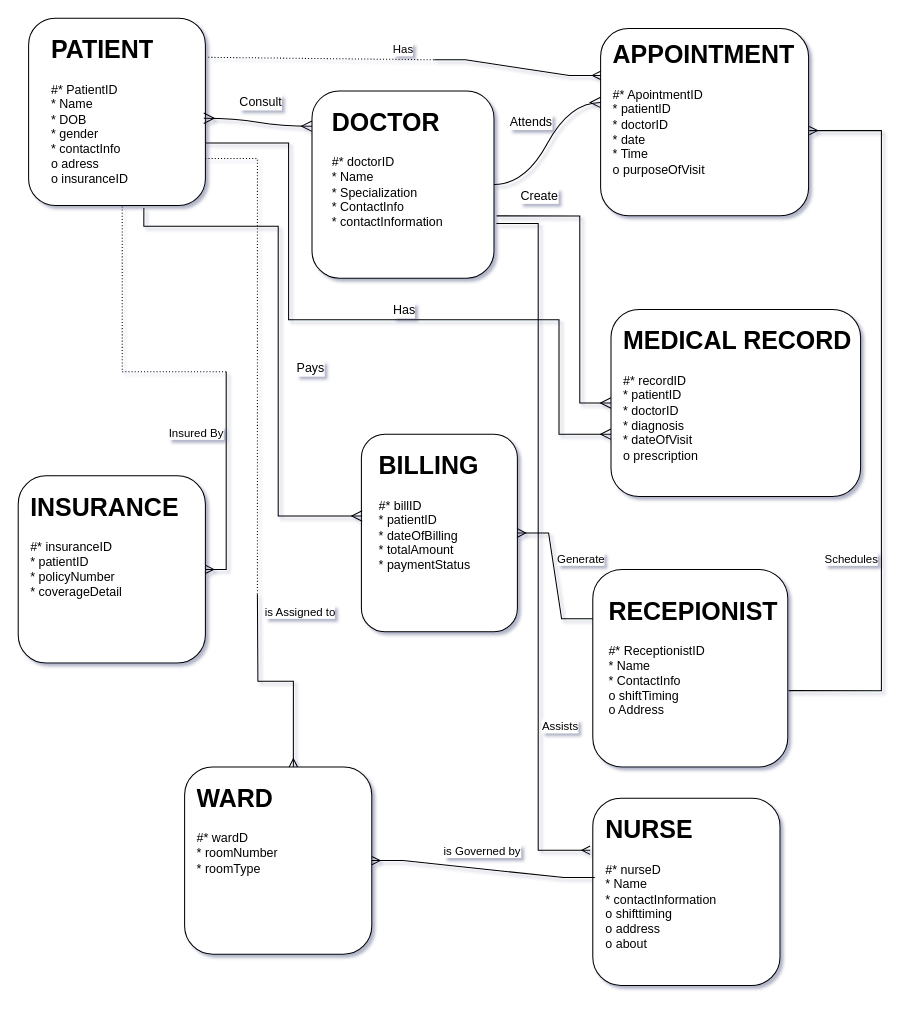
Earlier version of the draw.io diagram Untitled Diagram.drawio (Usmankhan-038/New). Source tidied: cells renumbered, new cells numbered last; positions are measured from the earlier drawing's top-left corner, leaving out a move shared by most shapes. Both pictures are drawn from the tidied source at 104%, with x=0, y=0 at pixel (18, 18).
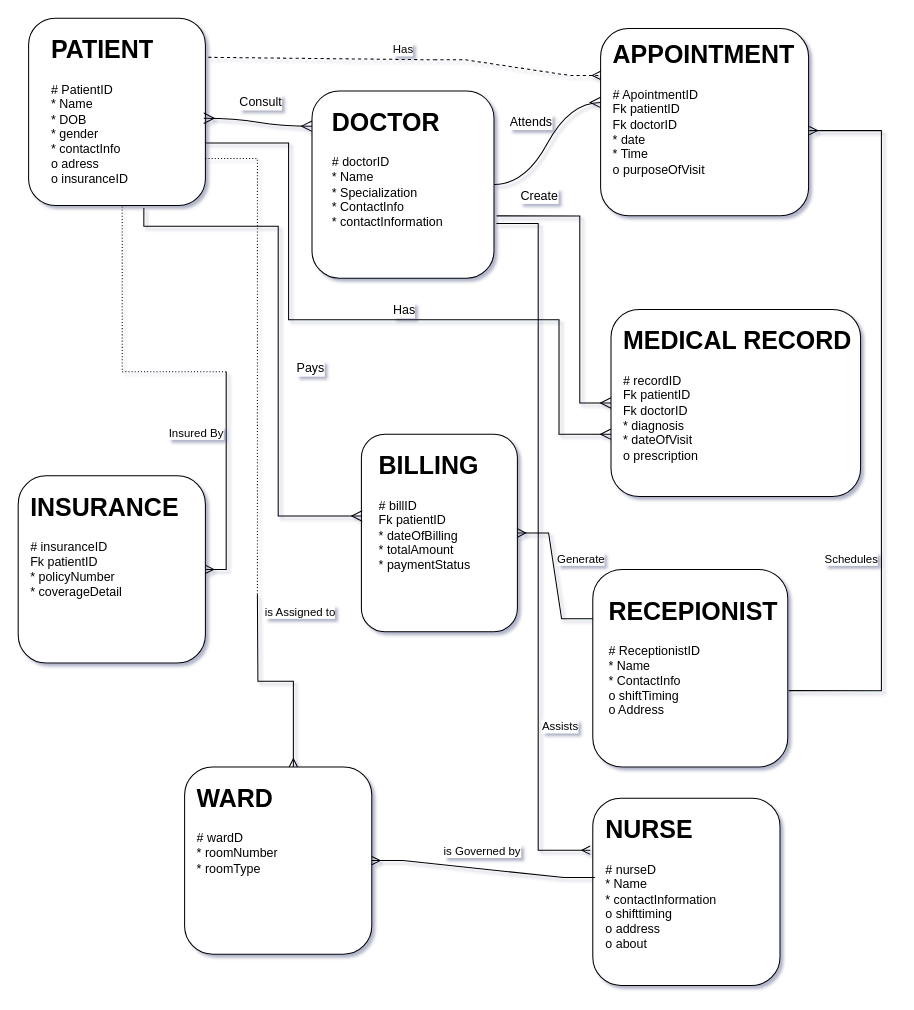
After the change.

Unchanged cells that the change refers to:
```xml
<mxCell id="2" style="rounded=1;whiteSpace=wrap;html=1;" parent="1" vertex="1">
  <mxGeometry x="10" width="170" height="180" as="geometry" />
</mxCell>
<mxCell id="6" style="rounded=1;whiteSpace=wrap;html=1;" parent="1" vertex="1">
  <mxGeometry x="560" y="10" width="200" height="180" as="geometry" />
</mxCell>
```

Diff of the diagram source:
```diff
@@
-    <mxCell id="3" value="&lt;h1 style=&quot;margin-top: 0px;&quot;&gt;PATIENT&lt;/h1&gt;&lt;h1 style=&quot;margin-top: 0px;&quot;&gt;&lt;div style=&quot;font-size: 12px; font-weight: 400;&quot;&gt;#* PatientID&lt;/div&gt;&lt;div style=&quot;font-size: 12px; font-weight: 400;&quot;&gt;* Name&lt;/div&gt;&lt;div style=&quot;font-size: 12px; font-weight: 400;&quot;&gt;* DOB&lt;/div&gt;&lt;div style=&quot;font-size: 12px; font-weight: 400;&quot;&gt;* gender&lt;/div&gt;&lt;div style=&quot;font-size: 12px; font-weight: 400;&quot;&gt;* contactInfo&lt;/div&gt;&lt;div style=&quot;font-size: 12px; font-weight: 400;&quot;&gt;o adress&lt;/div&gt;&lt;div style=&quot;font-size: 12px; font-weight: 400;&quot;&gt;o insuranceID&lt;/div&gt;&lt;/h1&gt;" style="text;html=1;whiteSpace=wrap;overflow=hidden;rounded=0;" parent="1" vertex="1">
+    <mxCell id="3" value="&lt;h1 style=&quot;margin-top: 0px;&quot;&gt;PATIENT&lt;/h1&gt;&lt;h1 style=&quot;margin-top: 0px;&quot;&gt;&lt;div style=&quot;font-size: 12px; font-weight: 400;&quot;&gt;# PatientID&lt;/div&gt;&lt;div style=&quot;font-size: 12px; font-weight: 400;&quot;&gt;* Name&lt;/div&gt;&lt;div style=&quot;font-size: 12px; font-weight: 400;&quot;&gt;* DOB&lt;/div&gt;&lt;div style=&quot;font-size: 12px; font-weight: 400;&quot;&gt;* gender&lt;/div&gt;&lt;div style=&quot;font-size: 12px; font-weight: 400;&quot;&gt;* contactInfo&lt;/div&gt;&lt;div style=&quot;font-size: 12px; font-weight: 400;&quot;&gt;o adress&lt;/div&gt;&lt;div style=&quot;font-size: 12px; font-weight: 400;&quot;&gt;o insuranceID&lt;/div&gt;&lt;/h1&gt;" style="text;html=1;whiteSpace=wrap;overflow=hidden;rounded=0;" parent="1" vertex="1">
       <mxGeometry x="30" y="10" width="100" height="160" as="geometry" />
     </mxCell>
@@
-    <mxCell id="5" value="&lt;h1 style=&quot;margin-top: 0px;&quot;&gt;DOCTOR&lt;/h1&gt;&lt;div&gt;#* doctorID&lt;/div&gt;&lt;div&gt;* Name&lt;/div&gt;&lt;div&gt;* Specialization&lt;/div&gt;&lt;div&gt;* ContactInfo&lt;/div&gt;&lt;div&gt;* contactInformation&lt;/div&gt;" style="text;html=1;whiteSpace=wrap;overflow=hidden;rounded=0;" parent="1" vertex="1">
+    <mxCell id="5" value="&lt;h1 style=&quot;margin-top: 0px;&quot;&gt;DOCTOR&lt;/h1&gt;&lt;div&gt;# doctorID&lt;/div&gt;&lt;div&gt;* Name&lt;/div&gt;&lt;div&gt;* Specialization&lt;/div&gt;&lt;div&gt;* ContactInfo&lt;/div&gt;&lt;div&gt;* contactInformation&lt;/div&gt;" style="text;html=1;whiteSpace=wrap;overflow=hidden;rounded=0;" parent="1" vertex="1">
       <mxGeometry x="300" y="80" width="140" height="170" as="geometry" />
     </mxCell>
@@
-    <mxCell id="7" value="&lt;h1 style=&quot;margin-top: 0px;&quot;&gt;APPOINTMENT&lt;/h1&gt;&lt;div&gt;#* ApointmentID&lt;/div&gt;&lt;div&gt;* patientID&lt;/div&gt;&lt;div&gt;* doctorID&lt;/div&gt;&lt;div&gt;* date&lt;/div&gt;&lt;div&gt;* Time&lt;/div&gt;&lt;div&gt;o purposeOfVisit&lt;/div&gt;&lt;div&gt;&lt;br&gt;&lt;/div&gt;" style="text;html=1;whiteSpace=wrap;overflow=hidden;rounded=0;" parent="1" vertex="1">
+    <mxCell id="7" value="&lt;h1 style=&quot;margin-top: 0px;&quot;&gt;APPOINTMENT&lt;/h1&gt;&lt;div&gt;# ApointmentID&lt;/div&gt;&lt;div&gt;Fk patientID&lt;/div&gt;&lt;div&gt;Fk doctorID&lt;/div&gt;&lt;div&gt;* date&lt;/div&gt;&lt;div&gt;* Time&lt;/div&gt;&lt;div&gt;o purposeOfVisit&lt;/div&gt;&lt;div&gt;&lt;br&gt;&lt;/div&gt;" style="text;html=1;whiteSpace=wrap;overflow=hidden;rounded=0;" parent="1" vertex="1">
       <mxGeometry x="570" y="15" width="180" height="170" as="geometry" />
     </mxCell>
@@
-    <mxCell id="9" value="&lt;h1 style=&quot;margin-top: 0px;&quot;&gt;INSURANCE&lt;/h1&gt;&lt;div&gt;#* insuranceID&lt;/div&gt;&lt;div&gt;* patientID&lt;/div&gt;&lt;div&gt;* policyNumber&lt;/div&gt;&lt;div&gt;* coverageDetail&lt;/div&gt;&lt;div&gt;&lt;br&gt;&lt;/div&gt;&lt;div&gt;&lt;br&gt;&lt;/div&gt;" style="text;html=1;whiteSpace=wrap;overflow=hidden;rounded=0;" parent="1" vertex="1">
+    <mxCell id="9" value="&lt;h1 style=&quot;margin-top: 0px;&quot;&gt;INSURANCE&lt;/h1&gt;&lt;div&gt;# insuranceID&lt;/div&gt;&lt;div&gt;Fk patientID&lt;/div&gt;&lt;div&gt;* policyNumber&lt;/div&gt;&lt;div&gt;* coverageDetail&lt;/div&gt;&lt;div&gt;&lt;br&gt;&lt;/div&gt;&lt;div&gt;&lt;br&gt;&lt;/div&gt;" style="text;html=1;whiteSpace=wrap;overflow=hidden;rounded=0;" parent="1" vertex="1">
       <mxGeometry x="10" y="450" width="150" height="160" as="geometry" />
     </mxCell>
@@
-    <mxCell id="11" value="&lt;h1 style=&quot;margin-top: 0px;&quot;&gt;&lt;span style=&quot;background-color: initial;&quot;&gt;BILLING&lt;/span&gt;&lt;/h1&gt;&lt;div&gt;#* billID&lt;/div&gt;&lt;div&gt;* patientID&lt;/div&gt;&lt;div&gt;* dateOfBilling&lt;/div&gt;&lt;div&gt;* totalAmount&lt;/div&gt;&lt;div&gt;* paymentStatus&lt;/div&gt;&lt;div&gt;&lt;br&gt;&lt;/div&gt;&lt;div&gt;&lt;br&gt;&lt;/div&gt;" style="text;html=1;whiteSpace=wrap;overflow=hidden;rounded=0;" parent="1" vertex="1">
+    <mxCell id="11" value="&lt;h1 style=&quot;margin-top: 0px;&quot;&gt;&lt;span style=&quot;background-color: initial;&quot;&gt;BILLING&lt;/span&gt;&lt;/h1&gt;&lt;div&gt;# billID&lt;/div&gt;&lt;div&gt;Fk patientID&lt;/div&gt;&lt;div&gt;* dateOfBilling&lt;/div&gt;&lt;div&gt;* totalAmount&lt;/div&gt;&lt;div&gt;* paymentStatus&lt;/div&gt;&lt;div&gt;&lt;br&gt;&lt;/div&gt;&lt;div&gt;&lt;br&gt;&lt;/div&gt;" style="text;html=1;whiteSpace=wrap;overflow=hidden;rounded=0;" parent="1" vertex="1">
       <mxGeometry x="345" y="410" width="112.5" height="170" as="geometry" />
     </mxCell>
@@
-    <mxCell id="13" value="&lt;h1 style=&quot;margin-top: 0px;&quot;&gt;MEDICAL RECORD&lt;/h1&gt;&lt;div&gt;#* recordID&lt;/div&gt;&lt;div&gt;* patientID&lt;/div&gt;&lt;div&gt;* doctorID&lt;br&gt;&lt;/div&gt;&lt;div&gt;* diagnosis&lt;/div&gt;&lt;div&gt;* dateOfVisit&lt;br&gt;&lt;/div&gt;&lt;div&gt;o prescription&lt;/div&gt;&lt;div&gt;&lt;br&gt;&lt;/div&gt;&lt;div&gt;&lt;br&gt;&lt;/div&gt;&lt;div&gt;&lt;br&gt;&lt;/div&gt;" style="text;html=1;whiteSpace=wrap;overflow=hidden;rounded=0;" parent="1" vertex="1">
+    <mxCell id="13" value="&lt;h1 style=&quot;margin-top: 0px;&quot;&gt;MEDICAL RECORD&lt;/h1&gt;&lt;div&gt;# recordID&lt;/div&gt;&lt;div&gt;Fk patientID&lt;/div&gt;&lt;div&gt;Fk doctorID&lt;br&gt;&lt;/div&gt;&lt;div&gt;* diagnosis&lt;/div&gt;&lt;div&gt;* dateOfVisit&lt;br&gt;&lt;/div&gt;&lt;div&gt;o prescription&lt;/div&gt;&lt;div&gt;&lt;br&gt;&lt;/div&gt;&lt;div&gt;&lt;br&gt;&lt;/div&gt;&lt;div&gt;&lt;br&gt;&lt;/div&gt;" style="text;html=1;whiteSpace=wrap;overflow=hidden;rounded=0;" parent="1" vertex="1">
       <mxGeometry x="580" y="290" width="230" height="170" as="geometry" />
     </mxCell>
@@
-    <mxCell id="26" value="&lt;h1 style=&quot;margin-top: 0px;&quot;&gt;RECEPIONIST&lt;/h1&gt;&lt;div&gt;#* ReceptionistID&lt;/div&gt;&lt;div&gt;* Name&lt;/div&gt;&lt;div&gt;* ContactInfo&lt;/div&gt;&lt;div&gt;o shiftTiming&lt;/div&gt;&lt;div&gt;o Address&lt;/div&gt;&lt;div&gt;&lt;br&gt;&lt;/div&gt;&lt;div&gt;&lt;br&gt;&lt;/div&gt;" style="text;html=1;whiteSpace=wrap;overflow=hidden;rounded=0;" parent="1" vertex="1">
+    <mxCell id="26" value="&lt;h1 style=&quot;margin-top: 0px;&quot;&gt;RECEPIONIST&lt;/h1&gt;&lt;div&gt;# ReceptionistID&lt;/div&gt;&lt;div&gt;* Name&lt;/div&gt;&lt;div&gt;* ContactInfo&lt;/div&gt;&lt;div&gt;o shiftTiming&lt;/div&gt;&lt;div&gt;o Address&lt;/div&gt;&lt;div&gt;&lt;br&gt;&lt;/div&gt;&lt;div&gt;&lt;br&gt;&lt;/div&gt;" style="text;html=1;whiteSpace=wrap;overflow=hidden;rounded=0;" parent="1" vertex="1">
       <mxGeometry x="566.2" y="550" width="173.8" height="170" as="geometry" />
     </mxCell>
@@
-    <mxCell id="35" style="endArrow=none;html=1;rounded=0;dashed=1;dashPattern=1 2;exitX=1.016;exitY=0.209;exitDx=0;exitDy=0;exitPerimeter=0;" parent="1" edge="1" source="2">
+    <mxCell id="35" style="endArrow=none;html=1;rounded=0;dashed=1;exitX=1.016;exitY=0.209;exitDx=0;exitDy=0;exitPerimeter=0;" parent="1" edge="1" source="2">
       <mxGeometry relative="1" as="geometry">
         <mxPoint x="400" y="40" as="targetPoint" />
       </mxGeometry>
     </mxCell>
@@
-    <mxCell id="38" style="edgeStyle=entityRelationEdgeStyle;fontSize=12;html=1;endArrow=ERmany;rounded=0;entryX=0;entryY=0.25;entryDx=0;entryDy=0;" parent="1" edge="1" target="6">
+    <mxCell id="38" style="edgeStyle=entityRelationEdgeStyle;fontSize=12;html=1;endArrow=ERmany;rounded=0;entryX=0;entryY=0.25;entryDx=0;entryDy=0;dashed=1;" parent="1" edge="1" target="6">
       <mxGeometry relative="1" as="geometry">
         <mxPoint x="400" y="40" as="sourcePoint" />
       </mxGeometry>
     </mxCell>
@@
-    <mxCell id="42" value="&lt;h1 style=&quot;margin-top: 0px;&quot;&gt;WARD&lt;/h1&gt;&lt;div&gt;#* wardD&lt;/div&gt;&lt;div&gt;* roomNumber&lt;/div&gt;&lt;div&gt;* roomType&lt;/div&gt;&lt;div&gt;&lt;br&gt;&lt;/div&gt;&lt;div&gt;&lt;br&gt;&lt;/div&gt;&lt;div&gt;&lt;br&gt;&lt;/div&gt;" style="text;html=1;whiteSpace=wrap;overflow=hidden;rounded=0;" parent="1" vertex="1">
+    <mxCell id="42" value="&lt;h1 style=&quot;margin-top: 0px;&quot;&gt;WARD&lt;/h1&gt;&lt;div&gt;# wardD&lt;/div&gt;&lt;div&gt;* roomNumber&lt;/div&gt;&lt;div&gt;* roomType&lt;/div&gt;&lt;div&gt;&lt;br&gt;&lt;/div&gt;&lt;div&gt;&lt;br&gt;&lt;/div&gt;&lt;div&gt;&lt;br&gt;&lt;/div&gt;" style="text;html=1;whiteSpace=wrap;overflow=hidden;rounded=0;" parent="1" vertex="1">
       <mxGeometry x="170" y="730" width="150" height="160" as="geometry" />
     </mxCell>
@@
-    <mxCell id="47" value="&lt;h1 style=&quot;margin-top: 0px;&quot;&gt;NURSE&lt;/h1&gt;&lt;div&gt;#* nurseD&lt;/div&gt;&lt;div&gt;* Name&lt;/div&gt;&lt;div&gt;* contactInformation&lt;/div&gt;&lt;div&gt;o shifttiming&lt;/div&gt;&lt;div&gt;o address&lt;/div&gt;&lt;div&gt;o about&lt;/div&gt;&lt;div&gt;&lt;br&gt;&lt;/div&gt;&lt;div&gt;&lt;br&gt;&lt;/div&gt;&lt;div&gt;&lt;br&gt;&lt;/div&gt;" style="text;html=1;whiteSpace=wrap;overflow=hidden;rounded=0;" parent="1" vertex="1">
+    <mxCell id="47" value="&lt;h1 style=&quot;margin-top: 0px;&quot;&gt;NURSE&lt;/h1&gt;&lt;div&gt;# nurseD&lt;/div&gt;&lt;div&gt;* Name&lt;/div&gt;&lt;div&gt;* contactInformation&lt;/div&gt;&lt;div&gt;o shifttiming&lt;/div&gt;&lt;div&gt;o address&lt;/div&gt;&lt;div&gt;o about&lt;/div&gt;&lt;div&gt;&lt;br&gt;&lt;/div&gt;&lt;div&gt;&lt;br&gt;&lt;/div&gt;&lt;div&gt;&lt;br&gt;&lt;/div&gt;" style="text;html=1;whiteSpace=wrap;overflow=hidden;rounded=0;" parent="1" vertex="1">
       <mxGeometry x="562.5" y="760" width="150" height="160" as="geometry" />
     </mxCell>
```
